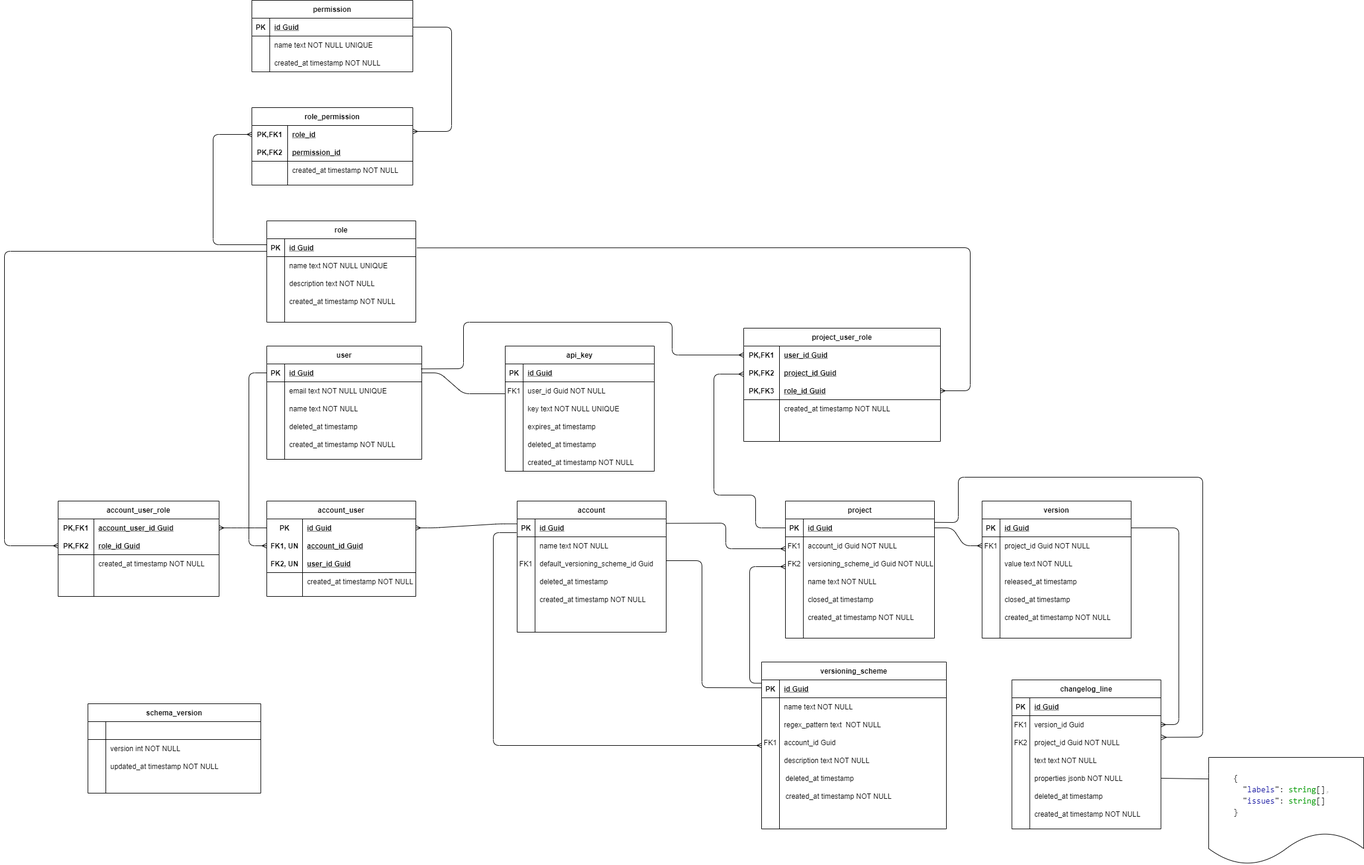
This is docs/assets/ChangeTrackerDbSchema.png from stefan-jeitler/change-blog, a draw.io export, as it was before one commit. Source tidied: cells renumbered, new cells last; positions are measured from the earlier drawing's top-left corner, leaving out a move shared by most shapes.
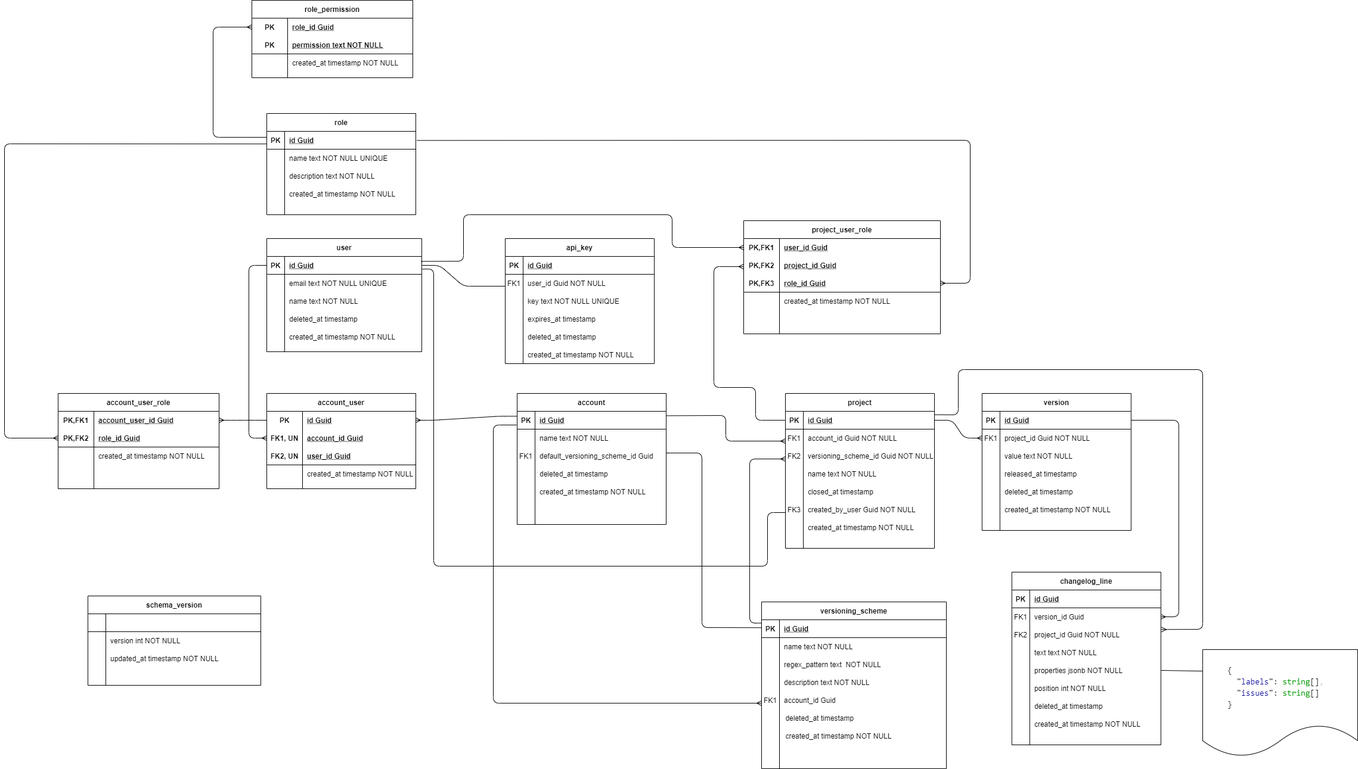
The same diagram one commit later.

Change to the diagram source:
```diff
@@ -39,7 +39,7 @@
       <mxGeometry x="30" width="220" height="30" as="geometry" />
     </mxCell>
     <mxCell id="14" value="changelog_line" style="shape=table;startSize=30;rowLines=0;fontStyle=1;align=center;" parent="1" vertex="1">
-      <mxGeometry x="1689.9" y="1140" width="250" height="250" as="geometry" />
+      <mxGeometry x="1689.9" y="1140" width="250" height="290" as="geometry" />
     </mxCell>
     <mxCell id="15" style="shape=partialRectangle;fillColor=none;top=0;left=0;right=0;bottom=1;" parent="14" vertex="1">
       <mxGeometry y="30" width="250" height="30" as="geometry" />
@@ -69,7 +69,7 @@
       <mxGeometry x="30" width="220" height="30" as="geometry" />
     </mxCell>
     <mxCell id="24" value="project" style="shape=table;startSize=30;rowLines=0;fontStyle=1;align=center;" parent="1" vertex="1">
-      <mxGeometry x="1310" y="840" width="250" height="230" as="geometry" />
+      <mxGeometry x="1310" y="840" width="250" height="260" as="geometry" />
     </mxCell>
     <mxCell id="25" style="shape=partialRectangle;fillColor=none;points=[[0,0.5],[1,0.5]];portConstraint=eastwest;top=0;left=0;right=0;bottom=1;" parent="24" vertex="1">
       <mxGeometry y="30" width="250" height="30" as="geometry" />
@@ -141,7 +141,7 @@
       <mxGeometry x="1669.9" y="960" width="220" height="30" as="geometry" />
     </mxCell>
     <mxCell id="48" value="versioning_scheme" style="shape=table;startSize=30;rowLines=0;fontStyle=1;align=center;" parent="1" vertex="1">
-      <mxGeometry x="1270" y="1110" width="310" height="280" as="geometry" />
+      <mxGeometry x="1270" y="1190" width="310" height="280" as="geometry" />
     </mxCell>
     <mxCell id="49" style="shape=partialRectangle;fillColor=none;points=[[0,0.5],[1,0.5]];portConstraint=eastwest;top=0;left=0;right=0;bottom=1;" parent="48" vertex="1">
       <mxGeometry y="30" width="310" height="30" as="geometry" />
@@ -201,16 +201,16 @@
       <mxGeometry x="1339.9" y="960" width="220" height="30" as="geometry" />
     </mxCell>
     <mxCell id="66" value="created_at timestamp NOT NULL" style="shape=partialRectangle;overflow=hidden;fillColor=none;top=0;left=0;bottom=0;right=0;align=left;spacingLeft=6;" parent="1" vertex="1">
-      <mxGeometry x="1719.9" y="1350" width="220" height="30" as="geometry" />
+      <mxGeometry x="1719.9" y="1380" width="220" height="30" as="geometry" />
     </mxCell>
-    <mxCell id="67" value="closed_at timestamp" style="shape=partialRectangle;overflow=hidden;fillColor=none;top=0;left=0;bottom=0;right=0;align=left;spacingLeft=6;" parent="1" vertex="1">
+    <mxCell id="67" value="deleted_at timestamp" style="shape=partialRectangle;overflow=hidden;fillColor=none;top=0;left=0;bottom=0;right=0;align=left;spacingLeft=6;" parent="1" vertex="1">
       <mxGeometry x="1669.9" y="990" width="220" height="30" as="geometry" />
     </mxCell>
     <mxCell id="68" value="FK2" style="shape=partialRectangle;overflow=hidden;fillColor=none;top=0;left=0;bottom=0;right=0;" parent="1" vertex="1">
       <mxGeometry x="1309.9" y="930" width="30" height="30" as="geometry" />
     </mxCell>
     <mxCell id="69" style="shape=partialRectangle;fillColor=none;top=0;left=0;right=0;bottom=0;" parent="1" vertex="1">
-      <mxGeometry x="1270" y="1290" width="270" height="30" as="geometry" />
+      <mxGeometry x="1270" y="1370" width="270" height="30" as="geometry" />
     </mxCell>
     <mxCell id="70" style="shape=partialRectangle;overflow=hidden;fillColor=none;top=0;left=0;bottom=0;right=0;" parent="69" vertex="1">
       <mxGeometry width="32.4" height="30" as="geometry" />
@@ -222,7 +222,7 @@
       <mxGeometry relative="1" as="geometry">
         <mxPoint x="1310" y="950" as="targetPoint" />
         <Array as="points">
-          <mxPoint x="1250" y="1146" />
+          <mxPoint x="1250" y="1226" />
           <mxPoint x="1250" y="950" />
         </Array>
       </mxGeometry>
@@ -241,17 +241,17 @@
         <mxPoint x="1110" y="940" as="sourcePoint" />
         <Array as="points">
           <mxPoint x="1170" y="940" />
-          <mxPoint x="1170" y="1153" />
+          <mxPoint x="1170" y="1233" />
         </Array>
       </mxGeometry>
     </mxCell>
     <mxCell id="77" style="fontSize=12;html=1;endArrow=ERmany;jumpSize=2;jumpStyle=sharp;endFill=0;startArrow=none;startFill=0;" parent="1" edge="1">
       <mxGeometry relative="1" as="geometry">
         <mxPoint x="859" y="893" as="sourcePoint" />
-        <mxPoint x="1270" y="1250" as="targetPoint" />
+        <mxPoint x="1270" y="1360" as="targetPoint" />
         <Array as="points">
           <mxPoint x="820" y="893" />
-          <mxPoint x="820" y="1250" />
+          <mxPoint x="820" y="1360" />
         </Array>
       </mxGeometry>
     </mxCell>
@@ -295,7 +295,7 @@
       <mxGeometry x="30" width="260" height="30" as="geometry" />
     </mxCell>
     <mxCell id="91" value="description text NOT NULL" style="shape=partialRectangle;overflow=hidden;fillColor=none;top=0;left=0;bottom=0;right=0;align=left;spacingLeft=6;" parent="1" vertex="1">
-      <mxGeometry x="1300" y="1260" width="280" height="30" as="geometry" />
+      <mxGeometry x="1300" y="1310" width="280" height="30" as="geometry" />
     </mxCell>
     <mxCell id="92" style="shape=partialRectangle;fillColor=none;top=0;left=0;right=0;bottom=0;" parent="1" vertex="1">
       <mxGeometry x="1690" y="1260" width="250" height="30" as="geometry" />
@@ -388,55 +388,25 @@
     <mxCell id="119" value="description text NOT NULL" style="shape=partialRectangle;fillColor=none;top=0;left=0;bottom=0;right=0;align=left;spacingLeft=6;overflow=hidden;" parent="117" vertex="1">
       <mxGeometry x="30" width="220" height="30" as="geometry" />
     </mxCell>
-    <mxCell id="120" value="permission" style="shape=table;startSize=30;rowLines=0;fontStyle=1;align=center;" parent="1" vertex="1">
-      <mxGeometry x="415" width="270" height="120" as="geometry" />
-    </mxCell>
-    <mxCell id="121" style="shape=partialRectangle;fillColor=none;top=0;left=0;bottom=1;right=0;points=[[0,0.5],[1,0.5]];portConstraint=eastwest;" parent="120" vertex="1">
-      <mxGeometry y="30" width="270" height="30" as="geometry" />
-    </mxCell>
-    <mxCell id="122" value="PK" style="shape=partialRectangle;fillColor=none;top=0;left=0;bottom=0;right=0;fontStyle=1;overflow=hidden;" parent="121" vertex="1">
-      <mxGeometry width="30" height="30" as="geometry" />
-    </mxCell>
-    <mxCell id="123" value="id Guid" style="shape=partialRectangle;fillColor=none;top=0;left=0;bottom=0;right=0;align=left;spacingLeft=6;fontStyle=5;overflow=hidden;" parent="121" vertex="1">
-      <mxGeometry x="30" width="240" height="30" as="geometry" />
-    </mxCell>
-    <mxCell id="124" style="shape=partialRectangle;fillColor=none;top=0;left=0;bottom=0;right=0;" parent="120" vertex="1">
-      <mxGeometry y="60" width="270" height="30" as="geometry" />
-    </mxCell>
-    <mxCell id="125" style="shape=partialRectangle;fillColor=none;top=0;left=0;bottom=0;right=0;overflow=hidden;" parent="124" vertex="1">
-      <mxGeometry width="30" height="30" as="geometry" />
-    </mxCell>
-    <mxCell id="126" value="name text NOT NULL UNIQUE" style="shape=partialRectangle;fillColor=none;top=0;left=0;bottom=0;right=0;align=left;spacingLeft=6;overflow=hidden;" parent="124" vertex="1">
-      <mxGeometry x="30" width="240" height="30" as="geometry" />
-    </mxCell>
-    <mxCell id="127" style="shape=partialRectangle;fillColor=none;top=0;left=0;bottom=0;right=0;" parent="120" vertex="1">
-      <mxGeometry y="90" width="270" height="30" as="geometry" />
-    </mxCell>
-    <mxCell id="128" style="shape=partialRectangle;fillColor=none;top=0;left=0;bottom=0;right=0;overflow=hidden;" parent="127" vertex="1">
-      <mxGeometry width="30" height="30" as="geometry" />
-    </mxCell>
-    <mxCell id="129" value="created_at timestamp NOT NULL" style="shape=partialRectangle;fillColor=none;top=0;left=0;bottom=0;right=0;align=left;spacingLeft=6;overflow=hidden;" parent="127" vertex="1">
-      <mxGeometry x="30" width="240" height="30" as="geometry" />
-    </mxCell>
     <mxCell id="130" value="role_permission" style="shape=table;startSize=30;rowLines=0;fontStyle=1;align=center;" parent="1" vertex="1">
       <mxGeometry x="415" y="180" width="270" height="130" as="geometry" />
     </mxCell>
     <mxCell id="131" style="shape=partialRectangle;fillColor=none;top=0;left=0;bottom=0;right=0;points=[[0,0.5],[1,0.5]];portConstraint=eastwest;" parent="130" vertex="1">
       <mxGeometry y="30" width="270" height="30" as="geometry" />
     </mxCell>
-    <mxCell id="132" value="PK,FK1" style="shape=partialRectangle;fillColor=none;top=0;left=0;bottom=0;right=0;fontStyle=1;overflow=hidden;" parent="131" vertex="1">
+    <mxCell id="132" value="PK" style="shape=partialRectangle;fillColor=none;top=0;left=0;bottom=0;right=0;fontStyle=1;overflow=hidden;" parent="131" vertex="1">
       <mxGeometry width="60" height="30" as="geometry" />
     </mxCell>
-    <mxCell id="133" value="role_id" style="shape=partialRectangle;fillColor=none;top=0;left=0;bottom=0;right=0;align=left;spacingLeft=6;fontStyle=5;overflow=hidden;" parent="131" vertex="1">
+    <mxCell id="133" value="role_id Guid" style="shape=partialRectangle;fillColor=none;top=0;left=0;bottom=0;right=0;align=left;spacingLeft=6;fontStyle=5;overflow=hidden;" parent="131" vertex="1">
       <mxGeometry x="60" width="210" height="30" as="geometry" />
     </mxCell>
     <mxCell id="134" style="shape=partialRectangle;fillColor=none;top=0;left=0;bottom=1;right=0;" parent="130" vertex="1">
       <mxGeometry y="60" width="270" height="30" as="geometry" />
     </mxCell>
-    <mxCell id="135" value="PK,FK2" style="shape=partialRectangle;fillColor=none;top=0;left=0;bottom=0;right=0;fontStyle=1;overflow=hidden;" parent="134" vertex="1">
+    <mxCell id="135" value="PK" style="shape=partialRectangle;fillColor=none;top=0;left=0;bottom=0;right=0;fontStyle=1;overflow=hidden;" parent="134" vertex="1">
       <mxGeometry width="60" height="30" as="geometry" />
     </mxCell>
-    <mxCell id="136" value="permission_id" style="shape=partialRectangle;fillColor=none;top=0;left=0;bottom=0;right=0;align=left;spacingLeft=6;fontStyle=5;overflow=hidden;" parent="134" vertex="1">
+    <mxCell id="136" value="permission text NOT NULL" style="shape=partialRectangle;fillColor=none;top=0;left=0;bottom=0;right=0;align=left;spacingLeft=6;fontStyle=5;overflow=hidden;" parent="134" vertex="1">
       <mxGeometry x="60" width="210" height="30" as="geometry" />
     </mxCell>
     <mxCell id="137" style="shape=partialRectangle;fillColor=none;top=0;left=0;bottom=0;right=0;" parent="130" vertex="1">
@@ -449,10 +419,10 @@
       <mxGeometry x="60" width="210" height="30" as="geometry" />
     </mxCell>
     <mxCell id="140" value="account_id Guid" style="shape=partialRectangle;overflow=hidden;fillColor=none;top=0;left=0;bottom=0;right=0;align=left;spacingLeft=6;" parent="1" vertex="1">
-      <mxGeometry x="1300" y="1230" width="280" height="30" as="geometry" />
+      <mxGeometry x="1300" y="1340" width="280" height="30" as="geometry" />
     </mxCell>
     <mxCell id="141" value="FK1" style="shape=partialRectangle;overflow=hidden;fillColor=none;top=0;left=0;bottom=0;right=0;" parent="1" vertex="1">
-      <mxGeometry x="1270" y="1230" width="30" height="30" as="geometry" />
+      <mxGeometry x="1270" y="1340" width="30" height="30" as="geometry" />
     </mxCell>
     <mxCell id="142" value="user" style="shape=table;startSize=30;rowLines=0;fontStyle=1;align=center;" parent="1" vertex="1">
       <mxGeometry x="440" y="580" width="260" height="190" as="geometry" />
@@ -567,15 +537,6 @@
         </Array>
       </mxGeometry>
     </mxCell>
-    <mxCell id="172" style="fontSize=12;html=1;endArrow=none;endFill=0;entryX=1;entryY=0.5;entryDx=0;entryDy=0;startArrow=ERmany;startFill=0;" parent="1" edge="1" target="121">
-      <mxGeometry relative="1" as="geometry">
-        <mxPoint x="685" y="220" as="sourcePoint" />
-        <Array as="points">
-          <mxPoint x="750" y="220" />
-          <mxPoint x="750" y="45" />
-        </Array>
-      </mxGeometry>
-    </mxCell>
     <mxCell id="173" value="project_user_role" style="shape=table;startSize=30;rowLines=0;fontStyle=1;align=center;" parent="1" vertex="1">
       <mxGeometry x="1240" y="550" width="330" height="190" as="geometry" />
     </mxCell>
@@ -665,19 +626,19 @@
       <mxGeometry x="30" width="220" height="30" as="geometry" />
     </mxCell>
     <mxCell id="196" value="&lt;blockquote style=&quot;margin: 0 0 0 40px ; border: none ; padding: 0px&quot;&gt;&lt;div style=&quot;font-family: &amp;#34;consolas&amp;#34; , &amp;#34;courier new&amp;#34; , monospace ; font-size: 14px ; line-height: 19px&quot;&gt;&lt;div&gt;&lt;span style=&quot;background-color: rgb(255 , 255 , 255)&quot;&gt;{&lt;/span&gt;&lt;/div&gt;&lt;/div&gt;&lt;div style=&quot;font-family: &amp;#34;consolas&amp;#34; , &amp;#34;courier new&amp;#34; , monospace ; font-size: 14px ; line-height: 19px&quot;&gt;&lt;div&gt;&lt;span style=&quot;background-color: rgb(255 , 255 , 255)&quot;&gt;&lt;font color=&quot;#d4d4d4&quot;&gt;&amp;nbsp;&amp;nbsp;&lt;/font&gt;&quot;&lt;font color=&quot;#000099&quot;&gt;labels&lt;/font&gt;&lt;/span&gt;&lt;span style=&quot;background-color: rgb(255 , 255 , 255)&quot;&gt;&quot;&lt;/span&gt;&lt;span style=&quot;background-color: rgb(255 , 255 , 255)&quot;&gt;:&lt;/span&gt;&lt;span style=&quot;background-color: rgb(255 , 255 , 255)&quot;&gt;&lt;font color=&quot;#d4d4d4&quot;&gt;&amp;nbsp;&lt;/font&gt;&lt;font color=&quot;#009900&quot;&gt;string&lt;/font&gt;[]&lt;font color=&quot;#d4d4d4&quot;&gt;,&lt;/font&gt;&lt;/span&gt;&lt;/div&gt;&lt;/div&gt;&lt;div style=&quot;font-family: &amp;#34;consolas&amp;#34; , &amp;#34;courier new&amp;#34; , monospace ; font-size: 14px ; line-height: 19px&quot;&gt;&lt;div&gt;&lt;span style=&quot;background-color: rgb(255 , 255 , 255)&quot;&gt;&lt;font color=&quot;#d4d4d4&quot;&gt;&amp;nbsp;&amp;nbsp;&lt;/font&gt;&lt;/span&gt;&lt;span style=&quot;background-color: rgb(255 , 255 , 255)&quot;&gt;&quot;&lt;/span&gt;&lt;span style=&quot;background-color: rgb(255 , 255 , 255)&quot;&gt;&lt;font color=&quot;#000099&quot;&gt;issues&lt;/font&gt;&lt;/span&gt;&lt;span style=&quot;background-color: rgb(255 , 255 , 255)&quot;&gt;&quot;&lt;/span&gt;&lt;span style=&quot;background-color: rgb(255 , 255 , 255)&quot;&gt;:&lt;font color=&quot;#d4d4d4&quot;&gt;&amp;nbsp;&lt;/font&gt;&lt;font color=&quot;#009900&quot;&gt;string&lt;/font&gt;[]&lt;/span&gt;&lt;/div&gt;&lt;/div&gt;&lt;div style=&quot;font-family: &amp;#34;consolas&amp;#34; , &amp;#34;courier new&amp;#34; , monospace ; font-size: 14px ; line-height: 19px&quot;&gt;&lt;div&gt;&lt;span style=&quot;background-color: rgb(255 , 255 , 255)&quot;&gt;}&lt;/span&gt;&lt;/div&gt;&lt;/div&gt;&lt;/blockquote&gt;" style="shape=document;whiteSpace=wrap;html=1;boundedLbl=1;align=left;" parent="1" vertex="1">
-      <mxGeometry x="2020" y="1270" width="260" height="180" as="geometry" />
+      <mxGeometry x="2010" y="1270" width="260" height="180" as="geometry" />
     </mxCell>
     <mxCell id="197" style="endArrow=none;html=1;exitX=1;exitY=0.5;exitDx=0;exitDy=0;entryX=0.001;entryY=0.201;entryDx=0;entryDy=0;entryPerimeter=0;" parent="1" edge="1" source="193" target="196">
       <mxGeometry relative="1" as="geometry" />
     </mxCell>
     <mxCell id="198" value="deleted_at timestamp " style="shape=partialRectangle;overflow=hidden;fillColor=none;top=0;left=0;bottom=0;right=0;align=left;spacingLeft=6;" parent="1" vertex="1">
-      <mxGeometry x="1720" y="1320" width="220" height="30" as="geometry" />
+      <mxGeometry x="1719.9" y="1350" width="220" height="30" as="geometry" />
     </mxCell>
     <mxCell id="199" value="created_at timestamp NOT NULL" style="shape=partialRectangle;overflow=hidden;fillColor=none;top=0;left=0;bottom=0;right=0;align=left;spacingLeft=6;" parent="1" vertex="1">
-      <mxGeometry x="1339.9" y="1020" width="220" height="30" as="geometry" />
+      <mxGeometry x="1339.9" y="1050" width="220" height="30" as="geometry" />
     </mxCell>
     <mxCell id="200" style="shape=partialRectangle;fillColor=none;top=0;left=0;right=0;bottom=0;" parent="1" vertex="1">
-      <mxGeometry x="1270" y="1320" width="270" height="30" as="geometry" />
+      <mxGeometry x="1270" y="1400" width="270" height="30" as="geometry" />
     </mxCell>
     <mxCell id="201" style="shape=partialRectangle;overflow=hidden;fillColor=none;top=0;left=0;bottom=0;right=0;" parent="200" vertex="1">
       <mxGeometry width="32.4" height="30" as="geometry" />
@@ -691,5 +652,25 @@
     <mxCell id="204" value="created_at timestamp NOT NULL" style="shape=partialRectangle;overflow=hidden;fillColor=none;top=0;left=0;bottom=0;right=0;align=left;spacingLeft=6;" parent="1" vertex="1">
       <mxGeometry x="870" y="760" width="220" height="30" as="geometry" />
     </mxCell>
+    <mxCell id="205" value="position int NOT NULL " style="shape=partialRectangle;overflow=hidden;fillColor=none;top=0;left=0;bottom=0;right=0;align=left;spacingLeft=6;" parent="1" vertex="1">
+      <mxGeometry x="1719.9" y="1320" width="220" height="30" as="geometry" />
+    </mxCell>
+    <mxCell id="206" value="created_by_user Guid NOT NULL" style="shape=partialRectangle;overflow=hidden;fillColor=none;top=0;left=0;bottom=0;right=0;align=left;spacingLeft=6;" parent="1" vertex="1">
+      <mxGeometry x="1339.9" y="1020" width="220" height="30" as="geometry" />
+    </mxCell>
+    <mxCell id="207" value="FK3" style="shape=partialRectangle;overflow=hidden;fillColor=none;top=0;left=0;bottom=0;right=0;" parent="1" vertex="1">
+      <mxGeometry x="1310" y="1020" width="30" height="30" as="geometry" />
+    </mxCell>
+    <mxCell id="208" style="endArrow=none;html=1;entryX=1.002;entryY=0.712;entryDx=0;entryDy=0;entryPerimeter=0;" parent="1" edge="1" target="143">
+      <mxGeometry relative="1" as="geometry">
+        <mxPoint x="1310" y="1040" as="sourcePoint" />
+        <Array as="points">
+          <mxPoint x="1280" y="1040" />
+          <mxPoint x="1280" y="1130" />
+          <mxPoint x="720" y="1130" />
+          <mxPoint x="720" y="631" />
+        </Array>
+      </mxGeometry>
+    </mxCell>
   </root>
 </mxGraphModel>
```
